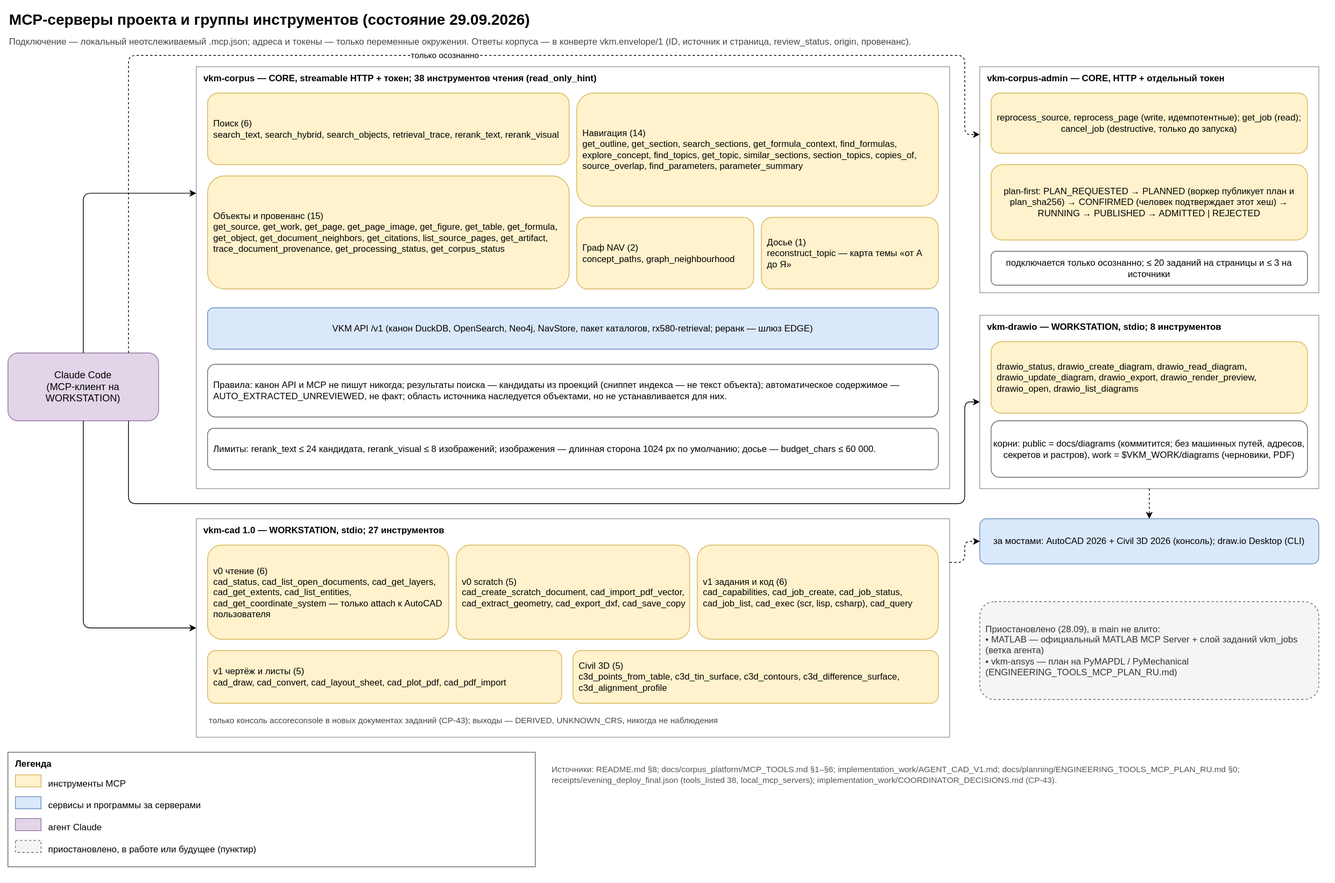
This is docs/diagrams/mcp_servers.svg from SUKUNA-AI/vkm-subsidence-forecasting, a draw.io export, as it was before one commit. Source tidied: cells renumbered, new cells last; positions are measured from the earlier drawing's top-left corner, leaving out a move shared by most shapes.
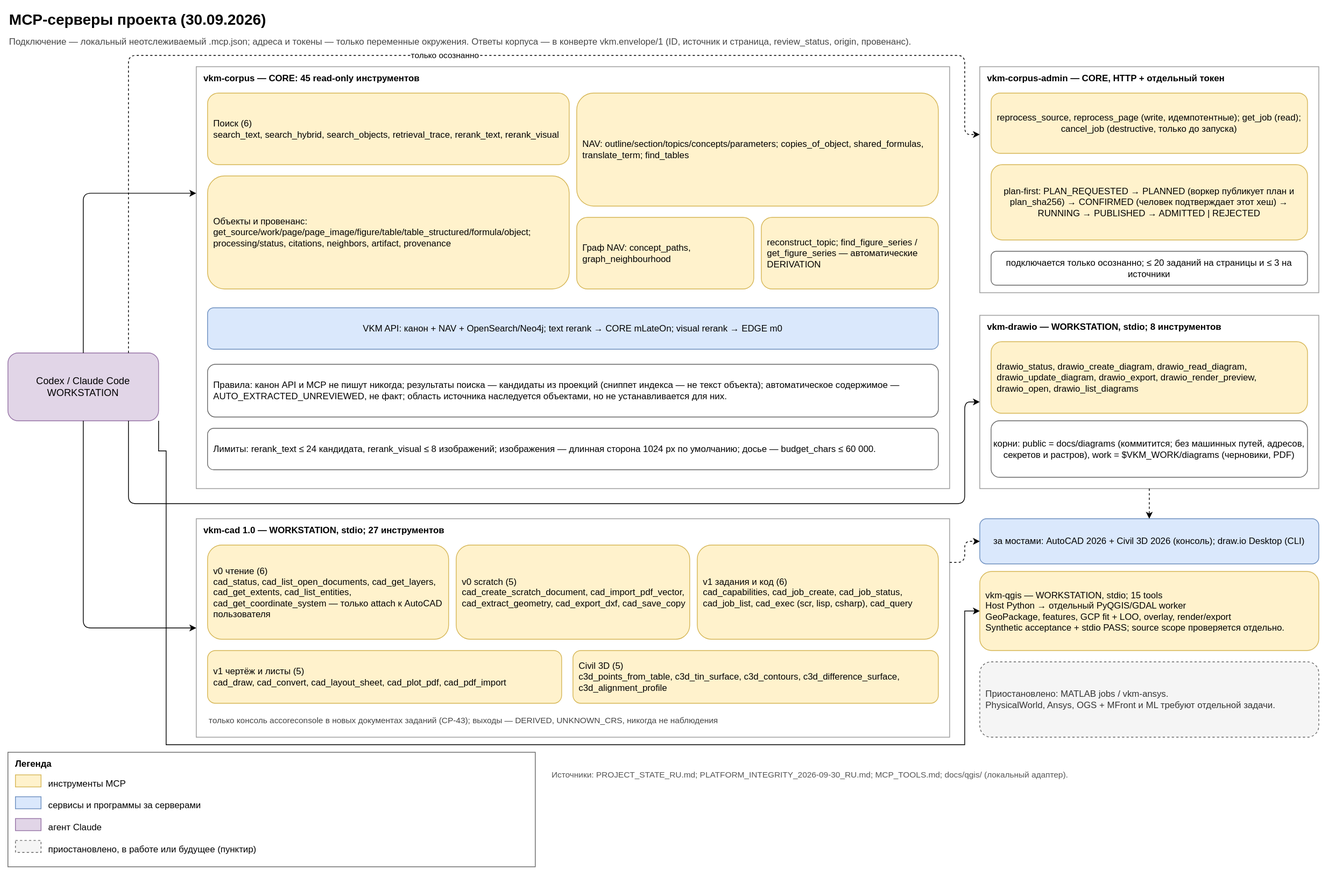
The same diagram one commit later.

Diff of the diagram source:
```diff
@@ -2,34 +2,34 @@
   <root>
     <mxCell id="0" />
     <mxCell id="1" parent="0" />
-    <mxCell id="2" value="MCP-серверы проекта и группы инструментов (состояние 29.09.2026)" style="text;align=left;fontSize=20;fontStyle=1;html=1;verticalAlign=middle;whiteSpace=wrap;" parent="1" vertex="1">
+    <mxCell id="2" value="MCP-серверы проекта (30.09.2026)" style="text;align=left;fontSize=20;fontStyle=1;html=1;verticalAlign=middle;whiteSpace=wrap;" parent="1" vertex="1">
       <mxGeometry width="1740" height="30" as="geometry" />
     </mxCell>
     <mxCell id="3" value="Подключение — локальный неотслеживаемый .mcp.json; адреса и токены — только переменные окружения. Ответы корпуса — в конверте vkm.envelope/1 (ID, источник и страница, review_status, origin, провенанс)." style="text;align=left;fontColor=#444444;fontSize=12;html=1;verticalAlign=middle;whiteSpace=wrap;" parent="1" vertex="1">
       <mxGeometry y="32" width="1740" height="25" as="geometry" />
     </mxCell>
-    <mxCell id="4" value="Claude Code&lt;br&gt;(MCP-клиент на WORKSTATION)" style="fillColor=#e1d5e7;fontSize=13;html=1;rounded=1;strokeColor=#9673a6;whiteSpace=wrap;" parent="1" vertex="1">
+    <mxCell id="4" value="Codex / Claude Code&lt;br&gt;WORKSTATION" style="fillColor=#e1d5e7;fontSize=13;html=1;rounded=1;strokeColor=#9673a6;whiteSpace=wrap;" parent="1" vertex="1">
       <mxGeometry y="458" width="200" height="90" as="geometry" />
     </mxCell>
-    <mxCell id="5" value="vkm-corpus — CORE, streamable HTTP + токен; 38 инструментов чтения (read_only_hint)" style="align=left;dashed=0;fillColor=none;fontSize=12;fontStyle=1;html=1;rounded=0;spacingLeft=8;spacingTop=2;strokeColor=#999999;verticalAlign=top;whiteSpace=wrap;" parent="1" vertex="1">
+    <mxCell id="5" value="vkm-corpus — CORE: 45 read-only инструментов" style="align=left;dashed=0;fillColor=none;fontSize=12;fontStyle=1;html=1;rounded=0;spacingLeft=8;spacingTop=2;strokeColor=#999999;verticalAlign=top;whiteSpace=wrap;" parent="1" vertex="1">
       <mxGeometry x="250" y="78" width="1000" height="560" as="geometry" />
     </mxCell>
     <mxCell id="6" value="Поиск (6)&lt;br&gt;search_text, search_hybrid, search_objects, retrieval_trace, rerank_text, rerank_visual" style="align=left;fillColor=#fff2cc;fontSize=12;html=1;rounded=1;spacingLeft=6;spacingRight=4;strokeColor=#d6b656;whiteSpace=wrap;" parent="5" vertex="1">
       <mxGeometry x="15" y="35" width="480" height="95" as="geometry" />
     </mxCell>
-    <mxCell id="7" value="Объекты и провенанс (15)&lt;br&gt;get_source, get_work, get_page, get_page_image, get_figure, get_table, get_formula, get_object, get_document_neighbors, get_citations, list_source_pages, get_artifact, trace_document_provenance, get_processing_status, get_corpus_status" style="align=left;fillColor=#fff2cc;fontSize=12;html=1;rounded=1;spacingLeft=6;spacingRight=4;strokeColor=#d6b656;whiteSpace=wrap;" parent="5" vertex="1">
+    <mxCell id="7" value="Объекты и провенанс: get_source/work/page/page_image/figure/table/table_structured/formula/object; processing/status, citations, neighbors, artifact, provenance" style="align=left;fillColor=#fff2cc;fontSize=12;html=1;rounded=1;spacingLeft=6;spacingRight=4;strokeColor=#d6b656;whiteSpace=wrap;" parent="5" vertex="1">
       <mxGeometry x="15" y="145" width="480" height="150" as="geometry" />
     </mxCell>
-    <mxCell id="8" value="Навигация (14)&lt;br&gt;get_outline, get_section, search_sections, get_formula_context, find_formulas, explore_concept, find_topics, get_topic, similar_sections, section_topics, copies_of, source_overlap, find_parameters, parameter_summary" style="align=left;fillColor=#fff2cc;fontSize=12;html=1;rounded=1;spacingLeft=6;spacingRight=4;strokeColor=#d6b656;whiteSpace=wrap;" parent="5" vertex="1">
+    <mxCell id="8" value="NAV: outline/section/topics/concepts/parameters; copies_of_object, shared_formulas, translate_term; find_tables" style="align=left;fillColor=#fff2cc;fontSize=12;html=1;rounded=1;spacingLeft=6;spacingRight=4;strokeColor=#d6b656;whiteSpace=wrap;" parent="5" vertex="1">
       <mxGeometry x="505" y="35" width="480" height="150" as="geometry" />
     </mxCell>
-    <mxCell id="9" value="Граф NAV (2)&lt;br&gt;concept_paths, graph_neighbourhood" style="align=left;fillColor=#fff2cc;fontSize=12;html=1;rounded=1;spacingLeft=6;spacingRight=4;strokeColor=#d6b656;whiteSpace=wrap;" parent="5" vertex="1">
+    <mxCell id="9" value="Граф NAV: concept_paths, graph_neighbourhood" style="align=left;fillColor=#fff2cc;fontSize=12;html=1;rounded=1;spacingLeft=6;spacingRight=4;strokeColor=#d6b656;whiteSpace=wrap;" parent="5" vertex="1">
       <mxGeometry x="505" y="200" width="235" height="95" as="geometry" />
     </mxCell>
-    <mxCell id="10" value="Досье (1)&lt;br&gt;reconstruct_topic — карта темы «от А до Я»" style="align=left;fillColor=#fff2cc;fontSize=12;html=1;rounded=1;spacingLeft=6;spacingRight=4;strokeColor=#d6b656;whiteSpace=wrap;" parent="5" vertex="1">
+    <mxCell id="10" value="reconstruct_topic; find_figure_series / get_figure_series — автоматические DERIVATION" style="align=left;fillColor=#fff2cc;fontSize=12;html=1;rounded=1;spacingLeft=6;spacingRight=4;strokeColor=#d6b656;whiteSpace=wrap;" parent="5" vertex="1">
       <mxGeometry x="750" y="200" width="235" height="95" as="geometry" />
     </mxCell>
-    <mxCell id="11" value="VKM API /v1 (канон DuckDB, OpenSearch, Neo4j, NavStore, пакет каталогов, rx580-retrieval; реранк — шлюз EDGE)" style="fillColor=#dae8fc;fontSize=12;html=1;rounded=1;strokeColor=#6c8ebf;whiteSpace=wrap;" parent="5" vertex="1">
+    <mxCell id="11" value="VKM API: канон + NAV + OpenSearch/Neo4j; text rerank → CORE mLateOn; visual rerank → EDGE m0" style="fillColor=#dae8fc;fontSize=12;html=1;rounded=1;strokeColor=#6c8ebf;whiteSpace=wrap;" parent="5" vertex="1">
       <mxGeometry x="15" y="320" width="970" height="55" as="geometry" />
     </mxCell>
     <mxCell id="12" value="Правила: канон API и MCP не пишут никогда; результаты поиска — кандидаты из проекций (сниппет индекса — не текст объекта); автоматическое содержимое — AUTO_EXTRACTED_UNREVIEWED, не факт; область источника наследуется объектами, но не устанавливается для них." style="align=left;fillColor=#ffffff;fontSize=12;html=1;rounded=1;spacingLeft=6;spacingRight=4;strokeColor=#666666;whiteSpace=wrap;" parent="5" vertex="1">
@@ -80,8 +80,8 @@
     <mxCell id="27" value="корни: public = docs/diagrams (коммитится; без машинных путей, адресов, секретов и растров), work = $VKM_WORK/diagrams (черновики, PDF)" style="fillColor=#ffffff;fontSize=12;html=1;rounded=1;strokeColor=#666666;whiteSpace=wrap;" parent="25" vertex="1">
       <mxGeometry x="15" y="140" width="420" height="75" as="geometry" />
     </mxCell>
-    <mxCell id="28" value="Приостановлено (28.09), в main не влито:&lt;br&gt;• MATLAB — официальный MATLAB MCP Server + слой заданий vkm_jobs (ветка агента)&lt;br&gt;• vkm-ansys — план на PyMAPDL / PyMechanical (ENGINEERING_TOOLS_MCP_PLAN_RU.md)" style="align=left;dashed=1;fillColor=#f5f5f5;fontColor=#333333;fontSize=12;html=1;rounded=1;spacingLeft=6;spacingRight=4;strokeColor=#666666;whiteSpace=wrap;" parent="1" vertex="1">
-      <mxGeometry x="1290" y="788" width="450" height="130" as="geometry" />
+    <mxCell id="28" value="Приостановлено: MATLAB jobs / vkm-ansys.&lt;br&gt;PhysicalWorld, Ansys, OGS + MFront и ML требуют отдельной задачи." style="align=left;dashed=1;fillColor=#f5f5f5;fontColor=#333333;fontSize=12;html=1;rounded=1;spacingLeft=6;spacingRight=4;strokeColor=#666666;whiteSpace=wrap;" parent="1" vertex="1">
+      <mxGeometry x="1290" y="868" width="450" height="100" as="geometry" />
     </mxCell>
     <mxCell id="29" value="за мостами: AutoCAD 2026 + Civil 3D 2026 (консоль); draw.io Desktop (CLI)" style="fillColor=#dae8fc;fontSize=12;html=1;rounded=1;strokeColor=#6c8ebf;whiteSpace=wrap;" parent="1" vertex="1">
       <mxGeometry x="1290" y="678" width="450" height="60" as="geometry" />
@@ -113,9 +113,12 @@
     <mxCell id="38" value="приостановлено, в работе или будущее (пунктир)" style="text;align=left;fontSize=12;html=1;verticalAlign=top;whiteSpace=wrap;" parent="30" vertex="1">
       <mxGeometry x="52" y="115" width="640" height="25" as="geometry" />
     </mxCell>
-    <mxCell id="39" value="Источники: README.md §8; docs/corpus_platform/MCP_TOOLS.md §1–§6; implementation_work/AGENT_CAD_V1.md; docs/planning/ENGINEERING_TOOLS_MCP_PLAN_RU.md §0; receipts/evening_deploy_final.json (tools_listed 38, local_mcp_servers); implementation_work/COORDINATOR_DECISIONS.md (CP-43)." style="text;align=left;fontColor=#555555;fontSize=11;html=1;verticalAlign=middle;whiteSpace=wrap;" parent="1" vertex="1">
+    <mxCell id="39" value="Источники: PROJECT_STATE_RU.md; PLATFORM_INTEGRITY_2026-09-30_RU.md; MCP_TOOLS.md; docs/qgis/ (локальный адаптер)." style="text;align=left;fontColor=#555555;fontSize=11;html=1;verticalAlign=middle;whiteSpace=wrap;" parent="1" vertex="1">
       <mxGeometry x="720" y="998" width="1020" height="40" as="geometry" />
     </mxCell>
+    <mxCell id="46" value="vkm-qgis — WORKSTATION, stdio; 15 tools&lt;br&gt;Host Python → отдельный PyQGIS/GDAL worker&lt;br&gt;GeoPackage, features, GCP fit + LOO, overlay, render/export&lt;br&gt;Synthetic acceptance + stdio PASS; source scope проверяется отдельно." style="align=left;fillColor=#fff2cc;fontSize=12;html=1;rounded=1;spacingLeft=6;strokeColor=#d6b656;whiteSpace=wrap;" parent="1" vertex="1">
+      <mxGeometry x="1290" y="748" width="450" height="105" as="geometry" />
+    </mxCell>
     <mxCell id="40" style="edgeStyle=orthogonalEdgeStyle;endArrow=classic;entryDx=0;entryDy=0;entryX=0;entryY=0.3;exitDx=0;exitDy=0;exitX=0.5;exitY=0;fontSize=11;html=1;labelBackgroundColor=#ffffff;rounded=1;" parent="1" edge="1" source="4" target="5">
       <mxGeometry relative="1" as="geometry">
         <Array as="points">
@@ -154,5 +157,15 @@
     <mxCell id="45" style="dashed=1;edgeStyle=orthogonalEdgeStyle;endArrow=classic;entryDx=0;entryDy=0;entryX=0.5;entryY=0;exitDx=0;exitDy=0;exitX=0.5;exitY=1;fontSize=11;html=1;labelBackgroundColor=#ffffff;rounded=1;" parent="1" edge="1" source="25" target="29">
       <mxGeometry relative="1" as="geometry" />
     </mxCell>
+    <mxCell id="47" style="edgeStyle=orthogonalEdgeStyle;endArrow=classic;entryX=0;entryY=0.5;exitX=1;exitY=1;html=1;rounded=0;" parent="1" edge="1" source="4" target="46">
+      <mxGeometry relative="1" as="geometry">
+        <Array as="points">
+          <mxPoint x="210" y="588" />
+          <mxPoint x="210" y="978" />
+          <mxPoint x="1270" y="978" />
+          <mxPoint x="1270" y="800" />
+        </Array>
+      </mxGeometry>
+    </mxCell>
   </root>
 </mxGraphModel>
```
